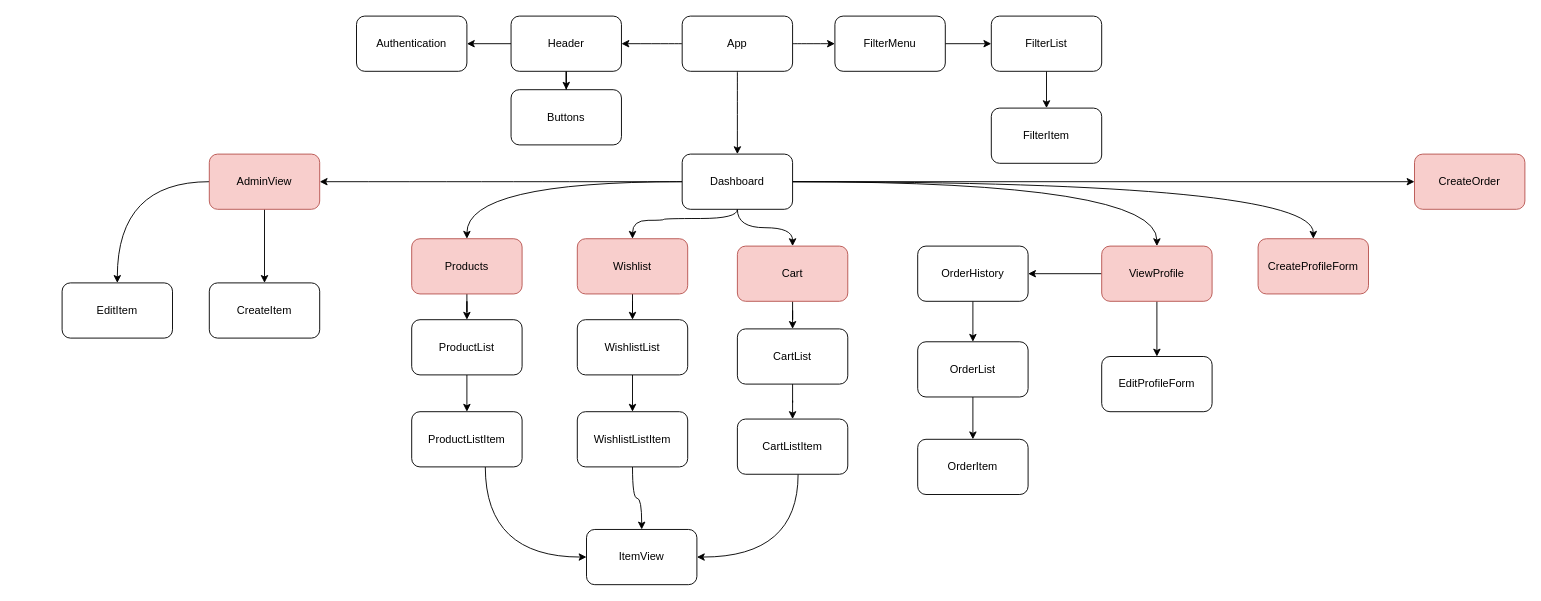
Above: documentation/Component Tree.drawio in TheGrevling/Boolean-Project (draw.io), before the change. Source tidied: cells renumbered, new cells numbered last; positions are measured from the earlier drawing's top-left corner, leaving out a move shared by most shapes. Both pictures are drawn from the tidied source at 92%, with x=0, y=0 at pixel (62, 16).
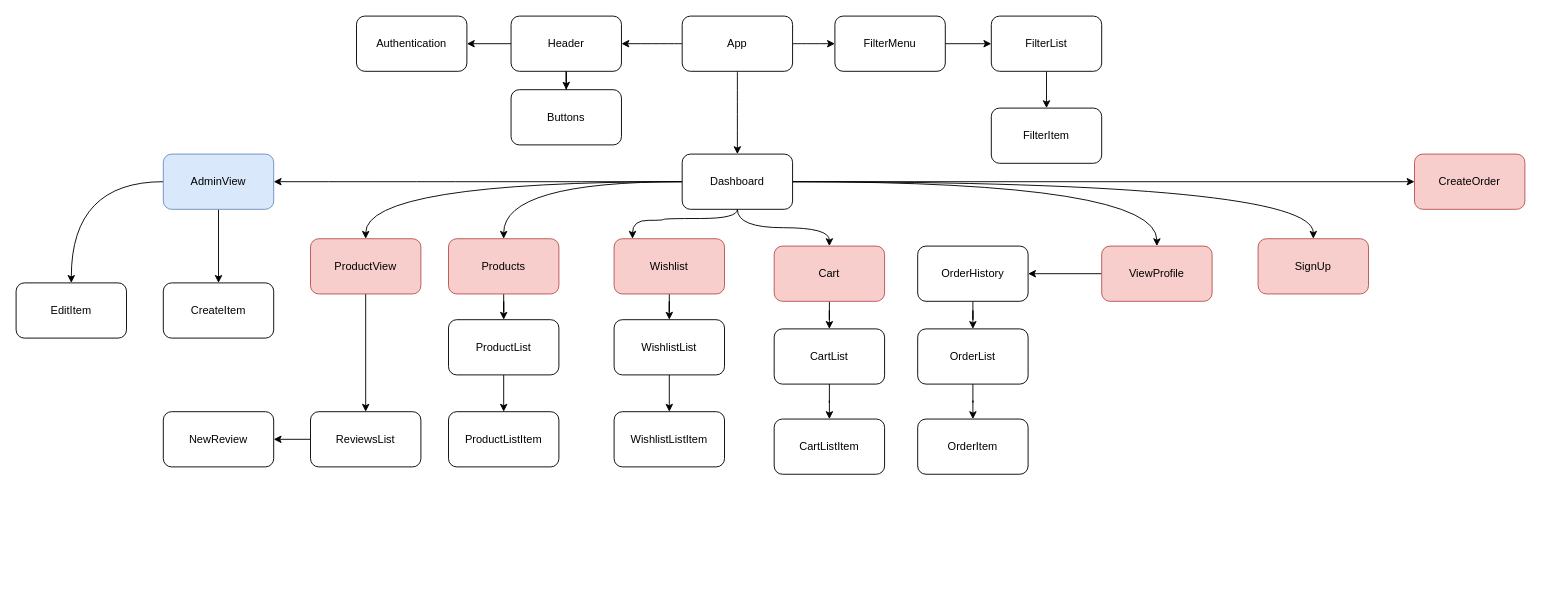
The same page after the edit.

Unchanged cells that the change refers to:
```xml
<mxCell id="16" value="Dashboard" style="rounded=1;whiteSpace=wrap;html=1;" parent="1" vertex="1">
  <mxGeometry x="674" y="150" width="120" height="60" as="geometry" />
</mxCell>
<mxCell id="21" value="ViewProfile" style="rounded=1;whiteSpace=wrap;html=1;fillColor=#f8cecc;strokeColor=#b85450;" parent="1" vertex="1">
  <mxGeometry x="1130" y="250" width="120" height="60" as="geometry" />
</mxCell>
```

Change to the diagram source:
```diff
@@
+    <mxCell id="59" style="edgeStyle=orthogonalEdgeStyle;rounded=0;jettySize=auto;html=1;entryX=0.5;entryY=0;entryDx=0;entryDy=0;curved=1;" parent="1" edge="1" source="16" target="61">
+      <mxGeometry relative="1" as="geometry" />
+    </mxCell>
@@
-    <mxCell id="19" style="edgeStyle=orthogonalEdgeStyle;rounded=0;jettySize=auto;html=1;" parent="1" edge="1" source="21" target="38">
-      <mxGeometry relative="1" as="geometry" />
-    </mxCell>
@@
     <mxCell id="23" value="Products" style="rounded=1;whiteSpace=wrap;html=1;fillColor=#f8cecc;strokeColor=#b85450;" parent="1" vertex="1">
-      <mxGeometry x="380" y="242" width="120" height="60" as="geometry" />
+      <mxGeometry x="420" y="242" width="120" height="60" as="geometry" />
     </mxCell>
@@
     <mxCell id="25" value="Wishlist" style="rounded=1;whiteSpace=wrap;html=1;fillColor=#f8cecc;strokeColor=#b85450;" parent="1" vertex="1">
-      <mxGeometry x="560" y="242" width="120" height="60" as="geometry" />
+      <mxGeometry x="600" y="242" width="120" height="60" as="geometry" />
     </mxCell>
@@
     <mxCell id="27" value="Cart" style="rounded=1;whiteSpace=wrap;html=1;fillColor=#f8cecc;strokeColor=#b85450;" parent="1" vertex="1">
-      <mxGeometry x="734" y="250" width="120" height="60" as="geometry" />
+      <mxGeometry x="774" y="250" width="120" height="60" as="geometry" />
     </mxCell>
@@
-    <mxCell id="30" style="edgeStyle=orthogonalEdgeStyle;rounded=0;jettySize=auto;html=1;curved=1;" parent="1" edge="1" source="31" target="34">
-      <mxGeometry relative="1" as="geometry">
-        <Array as="points">
-          <mxPoint x="460" y="588" />
-        </Array>
-      </mxGeometry>
-    </mxCell>
     <mxCell id="31" value="ProductListItem" style="rounded=1;whiteSpace=wrap;html=1;" parent="1" vertex="1">
-      <mxGeometry x="380" y="430" width="120" height="60" as="geometry" />
+      <mxGeometry x="420" y="430" width="120" height="60" as="geometry" />
     </mxCell>
-    <mxCell id="32" style="edgeStyle=orthogonalEdgeStyle;rounded=0;jettySize=auto;html=1;curved=1;" parent="1" edge="1" source="33" target="34">
-      <mxGeometry relative="1" as="geometry" />
-    </mxCell>
     <mxCell id="33" value="WishlistListItem" style="rounded=1;whiteSpace=wrap;html=1;" parent="1" vertex="1">
-      <mxGeometry x="560" y="430" width="120" height="60" as="geometry" />
+      <mxGeometry x="600" y="430" width="120" height="60" as="geometry" />
     </mxCell>
-    <mxCell id="34" value="ItemView" style="rounded=1;whiteSpace=wrap;html=1;" parent="1" vertex="1">
-      <mxGeometry x="570" y="558" width="120" height="60" as="geometry" />
-    </mxCell>
@@
-    <mxCell id="36" style="edgeStyle=orthogonalEdgeStyle;rounded=0;jettySize=auto;html=1;curved=1;" parent="1" edge="1" source="37" target="34">
-      <mxGeometry relative="1" as="geometry">
-        <Array as="points">
-          <mxPoint x="800" y="588" />
-        </Array>
-      </mxGeometry>
-    </mxCell>
     <mxCell id="37" value="CartListItem" style="whiteSpace=wrap;html=1;rounded=1;" parent="1" vertex="1">
-      <mxGeometry x="734" y="438" width="120" height="60" as="geometry" />
+      <mxGeometry x="774" y="438" width="120" height="60" as="geometry" />
     </mxCell>
-    <mxCell id="38" value="EditProfileForm" style="rounded=1;whiteSpace=wrap;html=1;" parent="1" vertex="1">
-      <mxGeometry x="1130" y="370" width="120" height="60" as="geometry" />
-    </mxCell>
-    <mxCell id="39" value="CreateProfileForm" style="whiteSpace=wrap;html=1;rounded=1;fillColor=#f8cecc;strokeColor=#b85450;" parent="1" vertex="1">
+    <mxCell id="39" value="SignUp" style="whiteSpace=wrap;html=1;rounded=1;fillColor=#f8cecc;strokeColor=#b85450;" parent="1" vertex="1">
       <mxGeometry x="1300" y="242" width="120" height="60" as="geometry" />
     </mxCell>
@@
     <mxCell id="44" value="OrderList" style="whiteSpace=wrap;html=1;rounded=1;" parent="1" vertex="1">
-      <mxGeometry x="930" y="354" width="120" height="60" as="geometry" />
+      <mxGeometry x="930" y="340" width="120" height="60" as="geometry" />
     </mxCell>
     <mxCell id="45" value="OrderItem" style="whiteSpace=wrap;html=1;rounded=1;" parent="1" vertex="1">
-      <mxGeometry x="930" y="460" width="120" height="60" as="geometry" />
+      <mxGeometry x="930" y="438" width="120" height="60" as="geometry" />
     </mxCell>
@@
-    <mxCell id="48" value="AdminView" style="whiteSpace=wrap;html=1;rounded=1;fillColor=#f8cecc;strokeColor=#b85450;" parent="1" vertex="1">
-      <mxGeometry x="160" y="150" width="120" height="60" as="geometry" />
+    <mxCell id="48" value="AdminView" style="whiteSpace=wrap;html=1;rounded=1;fillColor=#dae8fc;strokeColor=#6c8ebf;" parent="1" vertex="1">
+      <mxGeometry x="110" y="150" width="120" height="60" as="geometry" />
     </mxCell>
     <mxCell id="49" value="CreateItem" style="whiteSpace=wrap;html=1;rounded=1;" parent="1" vertex="1">
-      <mxGeometry x="160" y="290" width="120" height="60" as="geometry" />
+      <mxGeometry x="110" y="290" width="120" height="60" as="geometry" />
     </mxCell>
     <mxCell id="50" value="EditItem" style="whiteSpace=wrap;html=1;rounded=1;" parent="1" vertex="1">
-      <mxGeometry y="290" width="120" height="60" as="geometry" />
+      <mxGeometry x="-50" y="290" width="120" height="60" as="geometry" />
     </mxCell>
@@
     <mxCell id="53" value="ProductList" style="whiteSpace=wrap;html=1;rounded=1;" parent="1" vertex="1">
-      <mxGeometry x="380" y="330" width="120" height="60" as="geometry" />
+      <mxGeometry x="420" y="330" width="120" height="60" as="geometry" />
     </mxCell>
@@
     <mxCell id="55" value="WishlistList" style="whiteSpace=wrap;html=1;rounded=1;" parent="1" vertex="1">
-      <mxGeometry x="560" y="330" width="120" height="60" as="geometry" />
+      <mxGeometry x="600" y="330" width="120" height="60" as="geometry" />
     </mxCell>
@@
     <mxCell id="57" value="CartList" style="whiteSpace=wrap;html=1;rounded=1;" parent="1" vertex="1">
-      <mxGeometry x="734" y="340" width="120" height="60" as="geometry" />
+      <mxGeometry x="774" y="340" width="120" height="60" as="geometry" />
     </mxCell>
@@
+    <mxCell id="60" style="edgeStyle=orthogonalEdgeStyle;rounded=0;jettySize=auto;html=1;entryX=0.5;entryY=0;entryDx=0;entryDy=0;" parent="1" edge="1" source="61" target="63">
+      <mxGeometry relative="1" as="geometry" />
+    </mxCell>
+    <mxCell id="61" value="ProductView" style="rounded=1;whiteSpace=wrap;html=1;fillColor=#f8cecc;strokeColor=#b85450;" parent="1" vertex="1">
+      <mxGeometry x="270" y="242" width="120" height="60" as="geometry" />
+    </mxCell>
+    <mxCell id="62" style="edgeStyle=orthogonalEdgeStyle;rounded=0;jettySize=auto;html=1;entryX=1;entryY=0.5;entryDx=0;entryDy=0;" parent="1" edge="1" source="63" target="64">
+      <mxGeometry relative="1" as="geometry" />
+    </mxCell>
+    <mxCell id="63" value="ReviewsList" style="rounded=1;whiteSpace=wrap;html=1;" parent="1" vertex="1">
+      <mxGeometry x="270" y="430" width="120" height="60" as="geometry" />
+    </mxCell>
+    <mxCell id="64" value="NewReview" style="rounded=1;whiteSpace=wrap;html=1;" parent="1" vertex="1">
+      <mxGeometry x="110" y="430" width="120" height="60" as="geometry" />
+    </mxCell>
```
